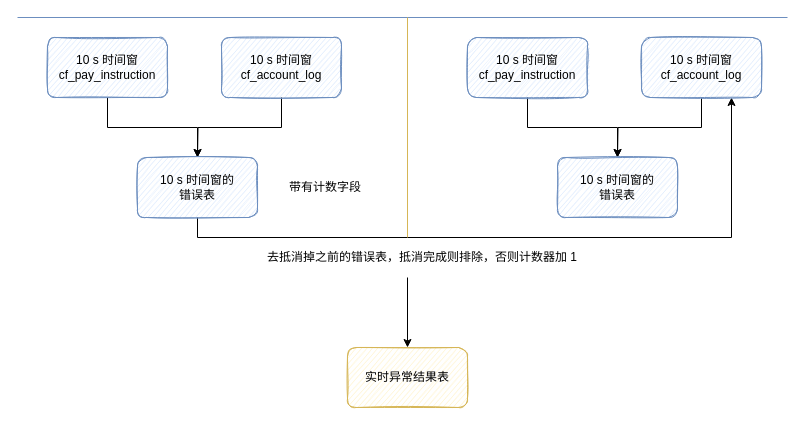
Above: 技术方案.drawio in Lichit-bot/hello-computer (draw.io), before the change. Source tidied: cells renumbered, new cells numbered last; positions are measured from the earlier drawing's top-left corner, leaving out a move shared by most shapes. Both pictures are drawn from the tidied source at 100%, with x=0, y=0 at pixel (17, 17).
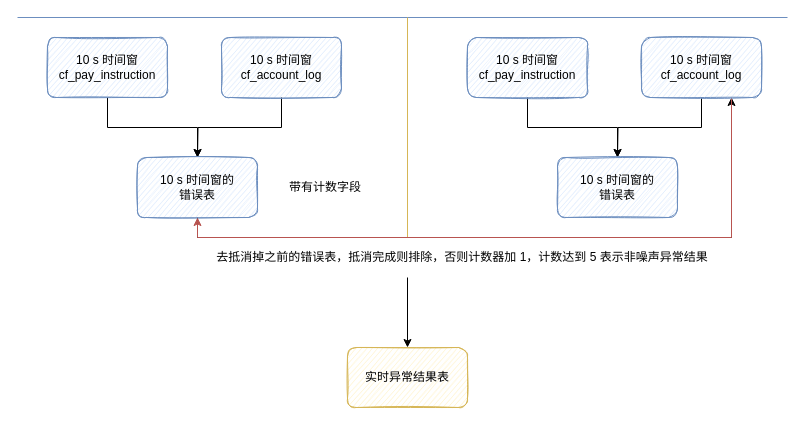
The same diagram, later.

Commit message:
更新技术方案.drawio

Unchanged cells that the change refers to:
```xml
<mxCell id="7" value="10 s 时间窗的&lt;br&gt;错误表" style="rounded=1;whiteSpace=wrap;html=1;sketch=1;fillColor=#dae8fc;strokeColor=#6c8ebf;" parent="1" vertex="1">
  <mxGeometry x="120" y="140" width="120" height="60" as="geometry" />
</mxCell>
<mxCell id="14" value="10 s 时间窗&lt;br&gt;cf_account_log" style="rounded=1;whiteSpace=wrap;html=1;fillColor=#dae8fc;strokeColor=#6c8ebf;sketch=1;" parent="1" vertex="1">
  <mxGeometry x="624" y="20" width="120" height="60" as="geometry" />
</mxCell>
```

Diff of the diagram source:
```diff
@@
+    <mxCell id="19" style="edgeStyle=orthogonalEdgeStyle;rounded=0;jettySize=auto;html=1;exitX=0.75;exitY=1;exitDx=0;exitDy=0;entryX=0.5;entryY=1;entryDx=0;entryDy=0;fillColor=#f8cecc;strokeColor=#b85450;" parent="1" edge="1" source="14" target="7">
+      <mxGeometry relative="1" as="geometry" />
+    </mxCell>
@@
-    <mxCell id="16" value="去抵消掉之前的错误表，抵消完成则排除，否则计数器加 1" style="text;html=1;strokeColor=none;fillColor=none;align=center;verticalAlign=middle;whiteSpace=wrap;rounded=0;sketch=1;" parent="1" vertex="1">
-      <mxGeometry x="180" y="230" width="450" height="20" as="geometry" />
+    <mxCell id="16" value="去抵消掉之前的错误表，抵消完成则排除，否则计数器加 1，计数达到 5 表示非噪声异常结果" style="text;html=1;strokeColor=none;fillColor=none;align=center;verticalAlign=middle;whiteSpace=wrap;rounded=0;sketch=1;" parent="1" vertex="1">
+      <mxGeometry x="180" y="230" width="530" height="20" as="geometry" />
     </mxCell>
```
